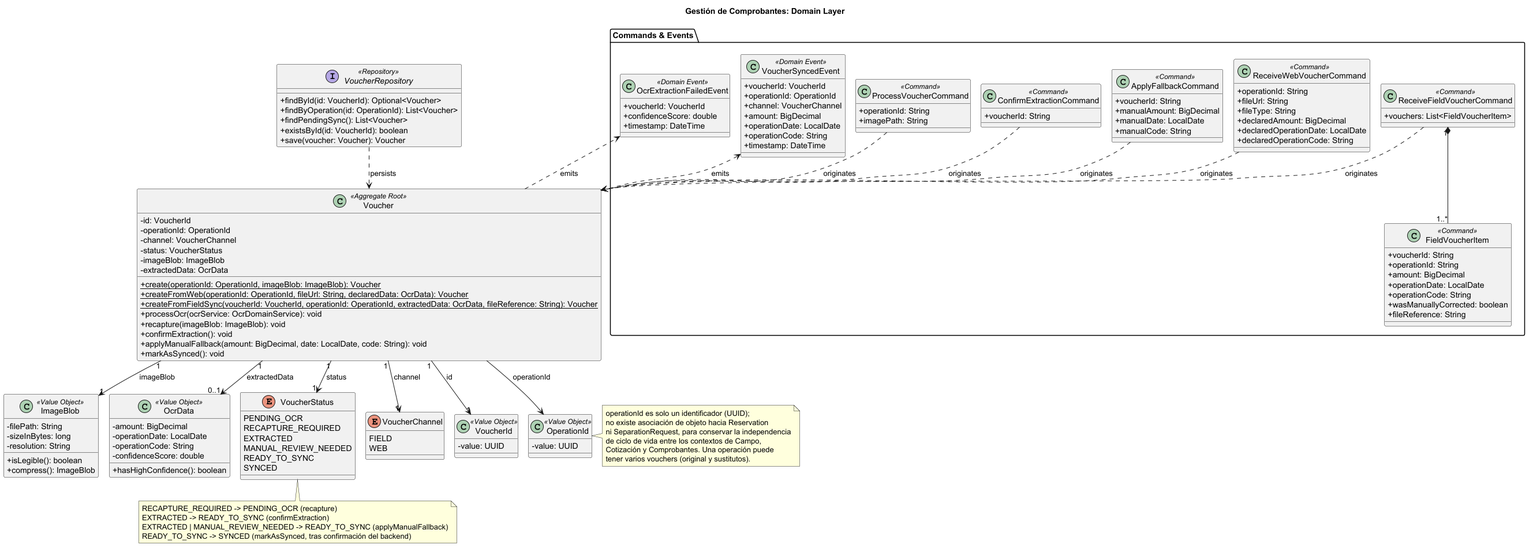
The PlantUML diagram assets/cap2/BC-Gestion-de-Comprobantes-Class-Diagram.png in 1ACC0238-2620-13981-NovaCorp-InmoNode/InmoNode-Project-Report, before a commit.
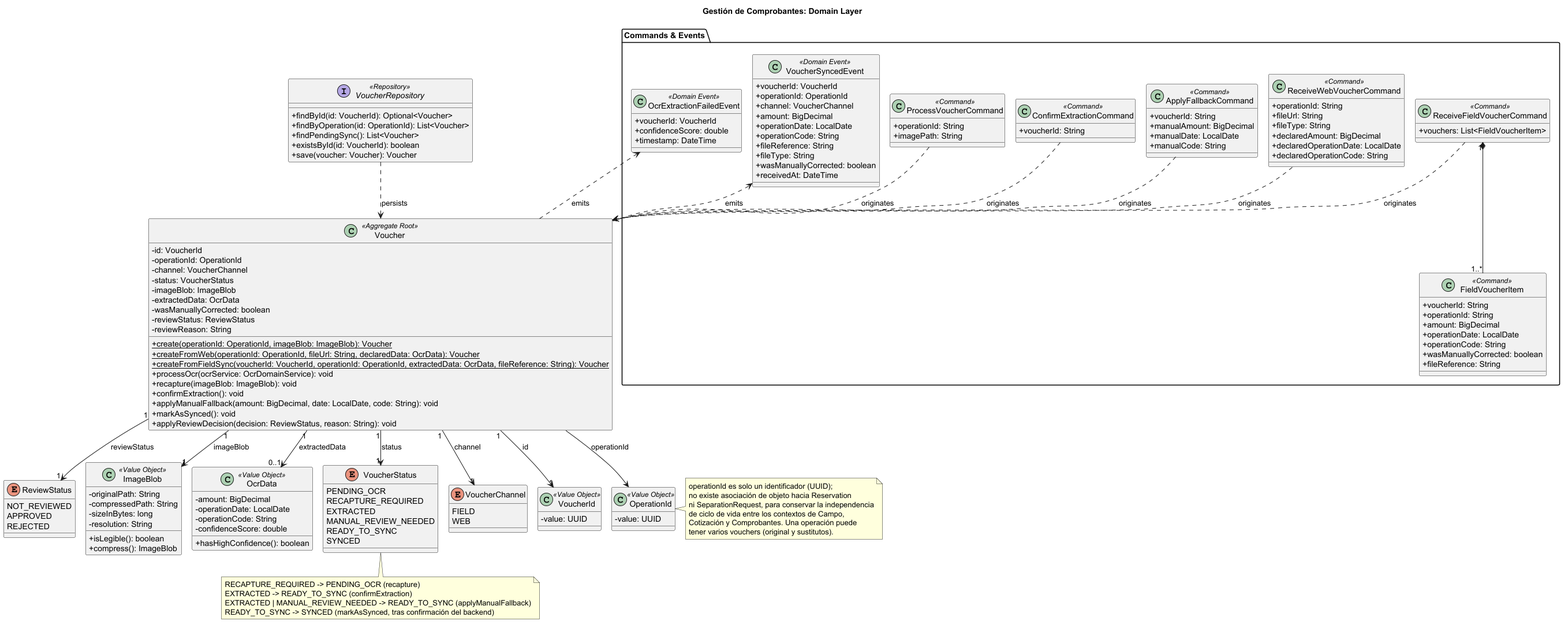
The same diagram one commit later.

The edit, as a diff of the source:
```diff
@@ -65,7 +65,10 @@
     +amount: BigDecimal
     +operationDate: LocalDate
     +operationCode: String
-    +timestamp: DateTime
+    +fileReference: String
+    +fileType: String
+    +wasManuallyCorrected: boolean
+    +receivedAt: DateTime
   }
 }
 
@@ -76,6 +79,9 @@
   -status: VoucherStatus
   -imageBlob: ImageBlob
   -extractedData: OcrData
+  -wasManuallyCorrected: boolean
+  -reviewStatus: ReviewStatus
+  -reviewReason: String
   +{static} create(operationId: OperationId, imageBlob: ImageBlob): Voucher
   +{static} createFromWeb(operationId: OperationId, fileUrl: String, declaredData: OcrData): Voucher
   +{static} createFromFieldSync(voucherId: VoucherId, operationId: OperationId, extractedData: OcrData, fileReference: String): Voucher
@@ -84,10 +90,18 @@
   +confirmExtraction(): void
   +applyManualFallback(amount: BigDecimal, date: LocalDate, code: String): void
   +markAsSynced(): void
+  +applyReviewDecision(decision: ReviewStatus, reason: String): void
+}
+
+enum ReviewStatus {
+  NOT_REVIEWED
+  APPROVED
+  REJECTED
 }
 
 class ImageBlob <<Value Object>> {
-  -filePath: String
+  -originalPath: String
+  -compressedPath: String
   -sizeInBytes: long
   -resolution: String
   +isLegible(): boolean
@@ -139,6 +153,7 @@
 Voucher "1" --> "0..1" OcrData : extractedData
 Voucher "1" --> "1" VoucherStatus : status
 Voucher "1" --> "1" VoucherChannel : channel
+Voucher "1" --> "1" ReviewStatus : reviewStatus
 Voucher --> OperationId : operationId
 
 note right of OperationId
```
